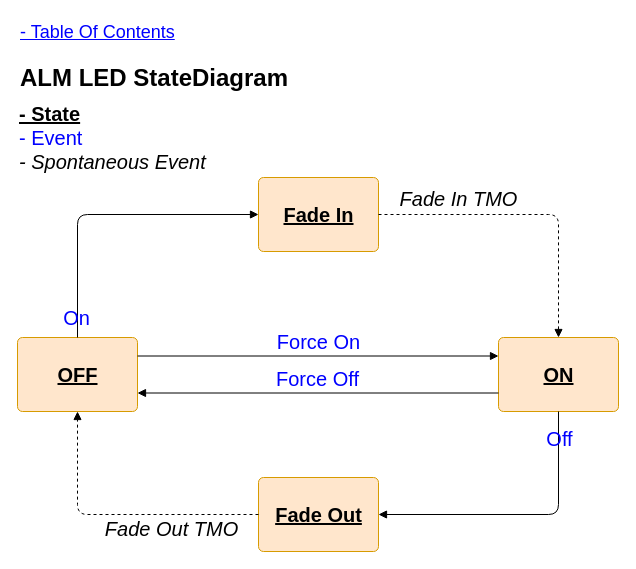
Above: page "StateDiagram_LED" (7 of 16) of Document/GSL_Diagram.drawio in gtuja/GSL (draw.io), before the change. Source tidied: cells renumbered, new cells numbered last; positions are measured from the earlier drawing's top-left corner, leaving out a move shared by most shapes. Both pictures are drawn from the tidied source at 100%, with x=0, y=0 at pixel (17, 17).
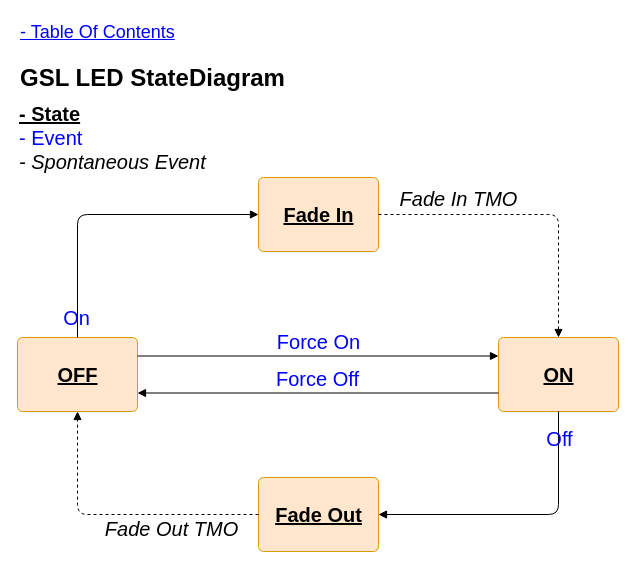
Above is the later version.

What changed in the source:
```diff
@@
 <mxGraphModel>
   <root>
     <mxCell id="0" />
     <mxCell id="1" parent="0" />
     <mxCell id="2" value="OFF" style="html=1;align=center;verticalAlign=middle;rounded=1;absoluteArcSize=1;arcSize=10;dashed=0;fontStyle=5;fillColor=#ffe6cc;strokeColor=#d79b00;fontFamily=Calibri;fontSize=20;" parent="1" vertex="1">
       <mxGeometry y="320" width="120" height="74" as="geometry" />
     </mxCell>
     <mxCell id="3" value="ON" style="html=1;align=center;verticalAlign=middle;rounded=1;absoluteArcSize=1;arcSize=10;dashed=0;fontStyle=5;fillColor=#ffe6cc;strokeColor=#d79b00;fontFamily=Calibri;fontSize=20;" parent="1" vertex="1">
       <mxGeometry x="481" y="320" width="120" height="74" as="geometry" />
     </mxCell>
     <mxCell id="4" value="Fade In" style="html=1;align=center;verticalAlign=middle;rounded=1;absoluteArcSize=1;arcSize=10;dashed=0;fontStyle=5;fillColor=#ffe6cc;strokeColor=#d79b00;fontFamily=Calibri;fontSize=20;" parent="1" vertex="1">
       <mxGeometry x="241" y="160" width="120" height="74" as="geometry" />
     </mxCell>
     <mxCell id="5" value="Fade Out" style="html=1;align=center;verticalAlign=middle;rounded=1;absoluteArcSize=1;arcSize=10;dashed=0;fontStyle=5;fillColor=#ffe6cc;strokeColor=#d79b00;fontFamily=Calibri;fontSize=20;" parent="1" vertex="1">
       <mxGeometry x="241" y="460" width="120" height="74" as="geometry" />
     </mxCell>
     <mxCell id="6" value="On" style="html=1;verticalAlign=bottom;labelBackgroundColor=none;endArrow=block;endFill=1;exitX=0.5;exitY=0;exitDx=0;exitDy=0;entryX=0;entryY=0.5;entryDx=0;entryDy=0;edgeStyle=orthogonalEdgeStyle;fontColor=#0000FF;fontFamily=Calibri;fontSize=20;" parent="1" edge="1" source="2" target="4">
       <mxGeometry x="-0.97" y="1" relative="1" as="geometry" />
     </mxCell>
     <mxCell id="7" value="Off" style="html=1;verticalAlign=bottom;labelBackgroundColor=none;endArrow=block;endFill=1;exitX=0.5;exitY=1;exitDx=0;exitDy=0;entryX=1;entryY=0.5;entryDx=0;entryDy=0;edgeStyle=orthogonalEdgeStyle;fontColor=#0000FF;fontFamily=Calibri;fontSize=20;" parent="1" edge="1" source="3" target="5">
       <mxGeometry x="-0.7" y="1" relative="1" as="geometry" />
     </mxCell>
     <mxCell id="8" value="Fade In TMO" style="html=1;verticalAlign=bottom;labelBackgroundColor=none;endArrow=block;endFill=1;dashed=1;exitX=1;exitY=0.5;exitDx=0;exitDy=0;entryX=0.5;entryY=0;entryDx=0;entryDy=0;edgeStyle=orthogonalEdgeStyle;fontStyle=2;fontFamily=Calibri;fontSize=20;" parent="1" edge="1" source="4" target="3">
       <mxGeometry x="-0.47" y="1" relative="1" as="geometry" />
     </mxCell>
     <mxCell id="9" value="Fade Out TMO" style="html=1;verticalAlign=bottom;labelBackgroundColor=none;endArrow=block;endFill=1;dashed=1;exitX=0;exitY=0.5;exitDx=0;exitDy=0;entryX=0.5;entryY=1;entryDx=0;entryDy=0;edgeStyle=orthogonalEdgeStyle;fontStyle=2;fontFamily=Calibri;fontSize=20;" parent="1" edge="1" source="5" target="2">
       <mxGeometry x="-0.39" y="29" relative="1" as="geometry" />
     </mxCell>
     <mxCell id="10" value="Force On" style="html=1;verticalAlign=bottom;labelBackgroundColor=none;endArrow=block;endFill=1;exitX=1;exitY=0.25;exitDx=0;exitDy=0;entryX=0;entryY=0.25;entryDx=0;entryDy=0;fontColor=#0000FF;fontFamily=Calibri;fontSize=20;" parent="1" edge="1" source="2" target="3">
       <mxGeometry relative="1" as="geometry" />
     </mxCell>
     <mxCell id="11" value="Force Off" style="html=1;verticalAlign=bottom;labelBackgroundColor=none;endArrow=block;endFill=1;exitX=0;exitY=0.75;exitDx=0;exitDy=0;entryX=1;entryY=0.75;entryDx=0;entryDy=0;fontColor=#0000FF;fontFamily=Calibri;fontSize=20;" parent="1" edge="1" source="3" target="2">
       <mxGeometry relative="1" as="geometry" />
     </mxCell>
     <mxCell id="12" value="&lt;div style=&quot;font-size: 20px;&quot;&gt;&lt;b style=&quot;font-size: 20px;&quot;&gt;&lt;u style=&quot;font-size: 20px;&quot;&gt;- State&lt;/u&gt;&lt;/b&gt;&lt;/div&gt;&lt;font color=&quot;#0000ff&quot; style=&quot;font-size: 20px;&quot;&gt;- Event&lt;/font&gt;&lt;div style=&quot;font-size: 20px;&quot;&gt;&lt;i style=&quot;font-size: 20px;&quot;&gt;- Spontaneous Event&lt;/i&gt;&lt;/div&gt;" style="text;html=1;align=left;verticalAlign=middle;whiteSpace=wrap;rounded=0;fontFamily=Calibri;fontSize=20;" parent="1" vertex="1">
       <mxGeometry y="80" width="221" height="80" as="geometry" />
     </mxCell>
-    <mxCell id="13" value="&lt;h1 style=&quot;margin-top: 0px;&quot;&gt;ALM LED StateDiagram&lt;/h1&gt;" style="text;html=1;whiteSpace=wrap;overflow=hidden;rounded=0;fontFamily=Calibri;" parent="1" vertex="1">
+    <mxCell id="13" value="&lt;h1 style=&quot;margin-top: 0px;&quot;&gt;GSL LED StateDiagram&lt;/h1&gt;" style="text;html=1;whiteSpace=wrap;overflow=hidden;rounded=0;fontFamily=Calibri;" parent="1" vertex="1">
       <mxGeometry x="1" y="40" width="420" height="40" as="geometry" />
     </mxCell>
     <mxCell id="14" value="- Table Of Contents" style="text;html=1;align=left;verticalAlign=middle;whiteSpace=wrap;rounded=0;fontStyle=4;fontFamily=Calibri;fontSize=18;fontColor=#0000FF;" parent="1" vertex="1">
       <mxGeometry x="1" width="240" height="30" as="geometry" />
     </mxCell>
   </root>
 </mxGraphModel>
```
